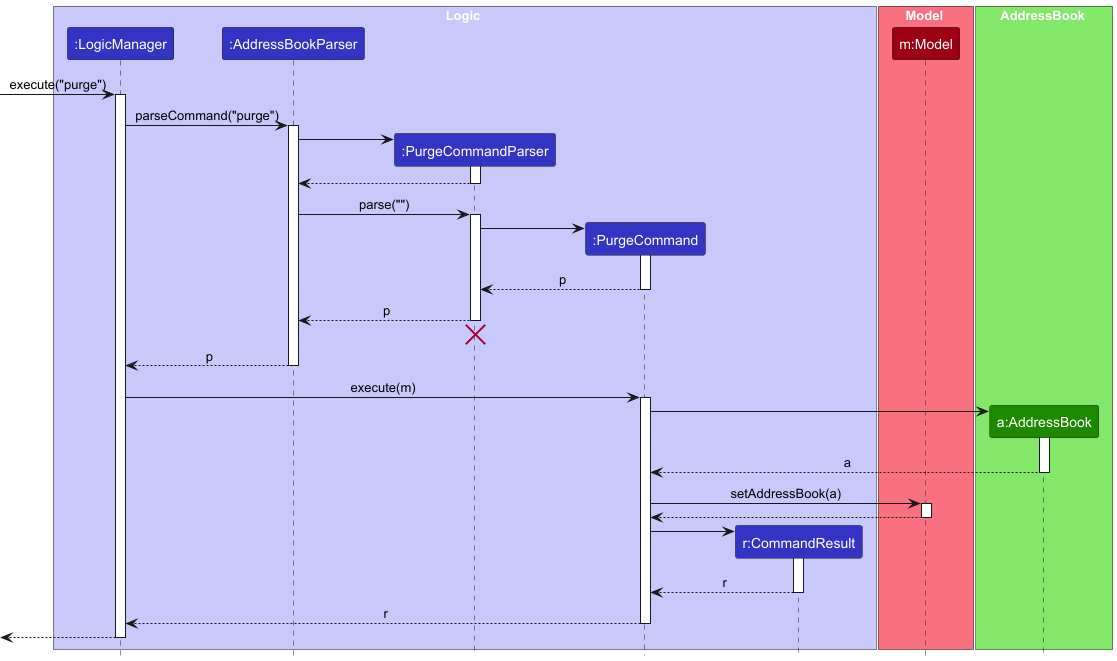
Before: docs/images/PurgeSequenceDiagram.png, a diagram exported from PlantUML (GaaneshT/tp).
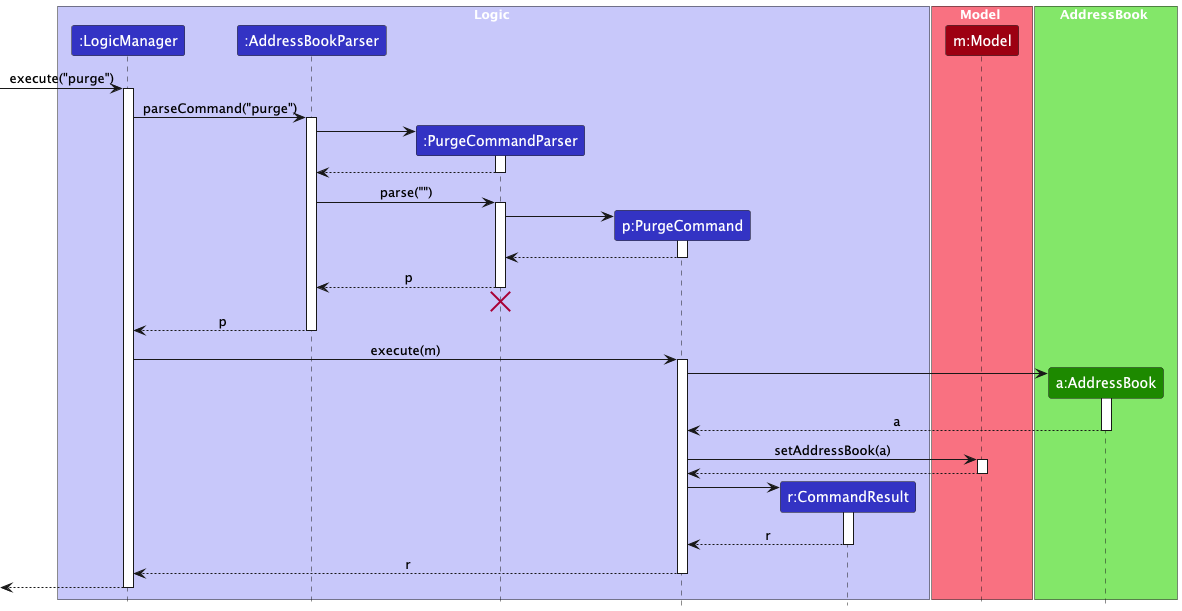
Above is the later version.

Diff of the diagram source:
```diff
@@ -7,7 +7,7 @@
 participant ":LogicManager" as LogicManager LOGIC_COLOR
 participant ":AddressBookParser" as AddressBookParser LOGIC_COLOR
 participant ":PurgeCommandParser" as PurgeCommandParser LOGIC_COLOR
-participant ":PurgeCommand" as PurgeCommand LOGIC_COLOR
+participant "p:PurgeCommand" as PurgeCommand LOGIC_COLOR
 participant "r:CommandResult" as CommandResult LOGIC_COLOR
 end box
 
@@ -42,7 +42,7 @@
 PurgeCommandParser -> PurgeCommand
 activate PurgeCommand
 
-PurgeCommand --> PurgeCommandParser : p
+PurgeCommand --> PurgeCommandParser
 deactivate PurgeCommand
 
 
```
